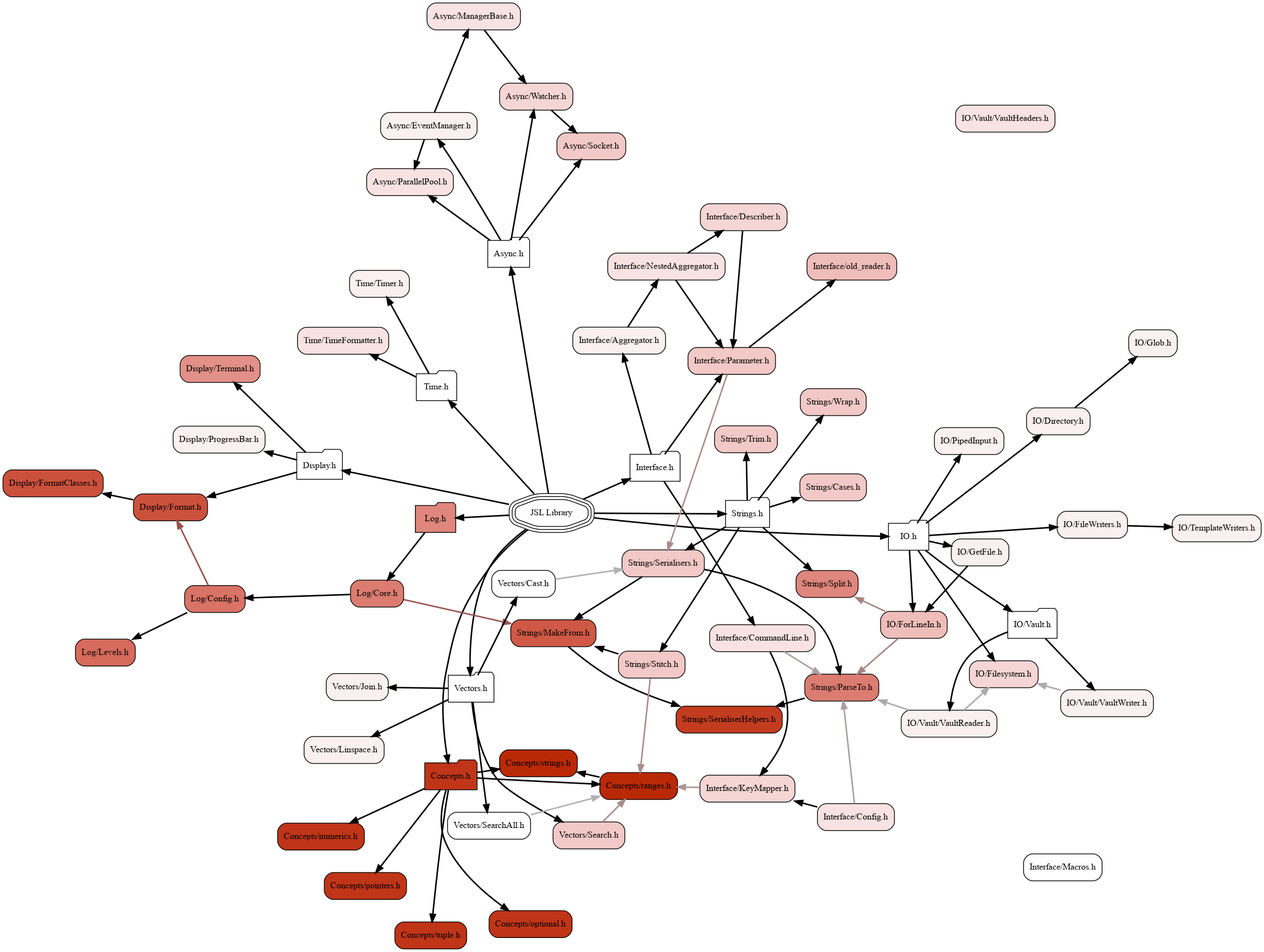
This is docs/visualiser/heatmap.png from DrFraserGovil/JSL, a Graphviz export, as it was before one commit. Its source is kept beside it as docs/visualiser/heatmap.dot.
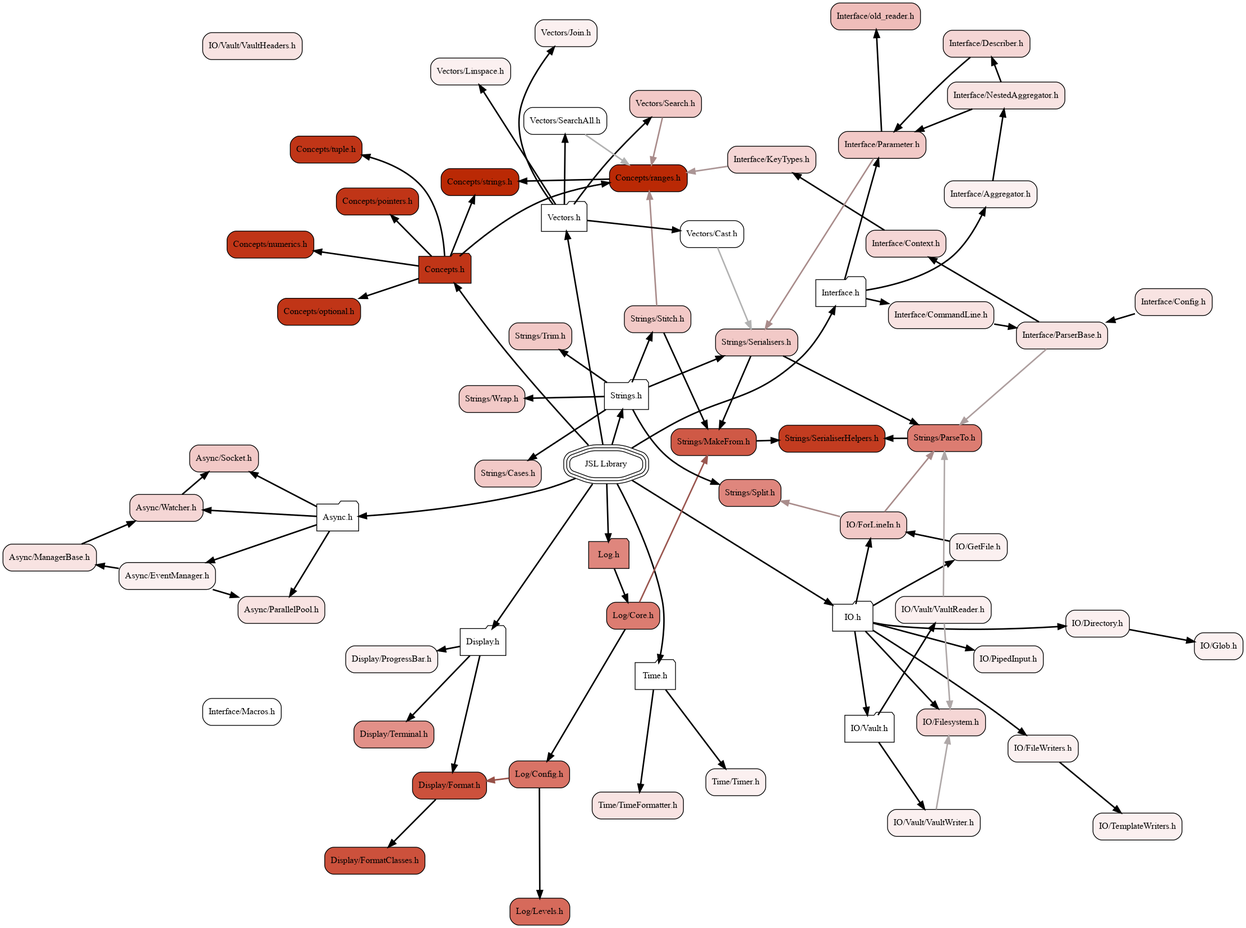
After the commit.

Diff of the diagram source:
```diff
@@ -31,7 +31,7 @@
 	node[fillcolor="#fbf0f0", style="rounded,filled", shape=box, color="black"] "IO/Directory.h"                 [label="IO/Directory.h"]
 	node[fillcolor="#fbf0f0", style="rounded,filled", shape=box, color="black"] "IO/FileWriters.h"               [label="IO/FileWriters.h"]
 	node[fillcolor="#f5d6d5", style="rounded,filled", shape=box, color="black"] "IO/Filesystem.h"                [label="IO/Filesystem.h"]
-	node[fillcolor="#efbdba", style="rounded,filled", shape=box, color="black"] "IO/ForLineIn.h"                 [label="IO/ForLineIn.h"]
+	node[fillcolor="#f2c9c7", style="rounded,filled", shape=box, color="black"] "IO/ForLineIn.h"                 [label="IO/ForLineIn.h"]
 	node[fillcolor="#fbf0f0", style="rounded,filled", shape=box, color="black"] "IO/GetFile.h"                   [label="IO/GetFile.h"]
 	node[fillcolor="#fbf0f0", style="rounded,filled", shape=box, color="black"] "IO/Glob.h"                      [label="IO/Glob.h"]
 	node[fillcolor="#fbf0f0", style="rounded,filled", shape=box, color="black"] "IO/PipedInput.h"                [label="IO/PipedInput.h"]
@@ -44,11 +44,13 @@
 	node[fillcolor="#fbf0f0", style="rounded,filled", shape=box, color="black"] "Interface/Aggregator.h"         [label="Interface/Aggregator.h"]
 	node[fillcolor="#f8e3e2", style="rounded,filled", shape=box, color="black"] "Interface/CommandLine.h"        [label="Interface/CommandLine.h"]
 	node[fillcolor="#f8e3e2", style="rounded,filled", shape=box, color="black"] "Interface/Config.h"             [label="Interface/Config.h"]
+	node[fillcolor="#f5d6d5", style="rounded,filled", shape=box, color="black"] "Interface/Context.h"            [label="Interface/Context.h"]
 	node[fillcolor="#f5d6d5", style="rounded,filled", shape=box, color="black"] "Interface/Describer.h"          [label="Interface/Describer.h"]
-	node[fillcolor="#f5d6d5", style="rounded,filled", shape=box, color="black"] "Interface/KeyMapper.h"          [label="Interface/KeyMapper.h"]
+	node[fillcolor="#f5d6d5", style="rounded,filled", shape=box, color="black"] "Interface/KeyTypes.h"           [label="Interface/KeyTypes.h"]
 	node[fillcolor="#ffffff", style="rounded,filled", shape=box, color="black"] "Interface/Macros.h"             [label="Interface/Macros.h"]
 	node[fillcolor="#f8e3e2", style="rounded,filled", shape=box, color="black"] "Interface/NestedAggregator.h"   [label="Interface/NestedAggregator.h"]
 	node[fillcolor="#f2c9c7", style="rounded,filled", shape=box, color="black"] "Interface/Parameter.h"          [label="Interface/Parameter.h"]
+	node[fillcolor="#f8e3e2", style="rounded,filled", shape=box, color="black"] "Interface/ParserBase.h"         [label="Interface/ParserBase.h"]
 	node[fillcolor="#efbdba", style="rounded,filled", shape=box, color="black"] "Interface/old_reader.h"         [label="Interface/old_reader.h"]
 	node[fillcolor="#df867d", style="rounded,filled", shape=folder, color="black"] "Log.h"                          [label="Log.h"]
 	node[fillcolor="#d97366", style="rounded,filled", shape=box, color="black"] "Log/Config.h"                   [label="Log/Config.h"]
@@ -73,15 +75,15 @@
 	node[fillcolor="#fbf0f0", style="rounded,filled", shape=box, color="black"] "Vectors/Linspace.h"             [label="Vectors/Linspace.h"]
 	node[fillcolor="#f2c9c7", style="rounded,filled", shape=box, color="black"] "Vectors/Search.h"               [label="Vectors/Search.h"]
 	node[fillcolor="#ffffff", style="rounded,filled", shape=box, color="black"] "Vectors/SearchAll.h"            [label="Vectors/SearchAll.h"]
-	"JSL.h"                          -> "Async.h"[weight=10000,penwidth=2]
+	"JSL.h"                          -> "Concepts.h"[weight=10000,penwidth=2]
 	"JSL.h"                          -> "IO.h"[weight=10000,penwidth=2]
 	"JSL.h"                          -> "Interface.h"[weight=10000,penwidth=2]
-	"JSL.h"                          -> "Time.h"[weight=10000,penwidth=2]
+	"JSL.h"                          -> "Async.h"[weight=10000,penwidth=2]
 	"JSL.h"                          -> "Display.h"[weight=10000,penwidth=2]
-	"JSL.h"                          -> "Log.h"[weight=10000,penwidth=2]
-	"JSL.h"                          -> "Concepts.h"[weight=10000,penwidth=2]
 	"JSL.h"                          -> "Strings.h"[weight=10000,penwidth=2]
 	"JSL.h"                          -> "Vectors.h"[weight=10000,penwidth=2]
+	"JSL.h"                          -> "Log.h"[weight=10000,penwidth=2]
+	"JSL.h"                          -> "Time.h"[weight=10000,penwidth=2]
 	"Async.h"                        -> "Async/Socket.h"[weight=10000,penwidth=2]
 	"Async.h"                        -> "Async/Watcher.h"[weight=10000,penwidth=2]
 	"Async.h"                        -> "Async/EventManager.h"[weight=10000,penwidth=2]
@@ -90,28 +92,28 @@
 	"Async/EventManager.h"           -> "Async/ParallelPool.h"[weight=10000,penwidth=2]
 	"Async/ManagerBase.h"            -> "Async/Watcher.h"[weight=10000,penwidth=2]
 	"Async/Watcher.h"                -> "Async/Socket.h"[weight=10000,penwidth=2]
+	"Concepts.h"                     -> "Concepts/numerics.h"[weight=10000,penwidth=2]
 	"Concepts.h"                     -> "Concepts/pointers.h"[weight=10000,penwidth=2]
+	"Concepts.h"                     -> "Concepts/strings.h"[weight=10000,penwidth=2]
+	"Concepts.h"                     -> "Concepts/optional.h"[weight=10000,penwidth=2]
 	"Concepts.h"                     -> "Concepts/ranges.h"[weight=10000,penwidth=2]
-	"Concepts.h"                     -> "Concepts/numerics.h"[weight=10000,penwidth=2]
-	"Concepts.h"                     -> "Concepts/optional.h"[weight=10000,penwidth=2]
 	"Concepts.h"                     -> "Concepts/tuple.h"[weight=10000,penwidth=2]
-	"Concepts.h"                     -> "Concepts/strings.h"[weight=10000,penwidth=2]
 	"Concepts/ranges.h"              -> "Concepts/strings.h"[weight=10000,penwidth=2]
-	"Display.h"                      -> "Display/ProgressBar.h"[weight=10000,penwidth=2]
 	"Display.h"                      -> "Display/Format.h"[weight=10000,penwidth=2]
 	"Display.h"                      -> "Display/Terminal.h"[weight=10000,penwidth=2]
+	"Display.h"                      -> "Display/ProgressBar.h"[weight=10000,penwidth=2]
 	"Display/Format.h"               -> "Display/FormatClasses.h"[weight=10000,penwidth=2]
+	"IO.h"                           -> "IO/Filesystem.h"[weight=10000,penwidth=2]
+	"IO.h"                           -> "IO/Vault.h"[weight=10000,penwidth=2]
 	"IO.h"                           -> "IO/GetFile.h"[weight=10000,penwidth=2]
+	"IO.h"                           -> "IO/FileWriters.h"[weight=10000,penwidth=2]
+	"IO.h"                           -> "IO/Directory.h"[weight=10000,penwidth=2]
 	"IO.h"                           -> "IO/ForLineIn.h"[weight=10000,penwidth=2]
 	"IO.h"                           -> "IO/PipedInput.h"[weight=10000,penwidth=2]
-	"IO.h"                           -> "IO/Filesystem.h"[weight=10000,penwidth=2]
-	"IO.h"                           -> "IO/Vault.h"[weight=10000,penwidth=2]
-	"IO.h"                           -> "IO/Directory.h"[weight=10000,penwidth=2]
-	"IO.h"                           -> "IO/FileWriters.h"[weight=10000,penwidth=2]
 	"IO/Directory.h"                 -> "IO/Glob.h"[weight=10000,penwidth=2]
 	"IO/FileWriters.h"               -> "IO/TemplateWriters.h"[weight=10000,penwidth=2]
-	"IO/ForLineIn.h"                 -> "Strings/Split.h"[constraint=false,weight=0,penwidth=2,color="#a78482"]
-	"IO/ForLineIn.h"                 -> "Strings/ParseTo.h"[constraint=true,weight=0,penwidth=2,color="#a78482"]
+	"IO/ForLineIn.h"                 -> "Strings/ParseTo.h"[constraint=true,weight=0,penwidth=2,color="#a98c8b"]
+	"IO/ForLineIn.h"                 -> "Strings/Split.h"[constraint=false,weight=0,penwidth=2,color="#a98c8b"]
 	"IO/GetFile.h"                   -> "IO/ForLineIn.h"[weight=10000,penwidth=2]
 	"IO/Vault.h"                     -> "IO/Vault/VaultWriter.h"[weight=10000,penwidth=2]
 	"IO/Vault.h"                     -> "IO/Vault/VaultReader.h"[weight=10000,penwidth=2]
@@ -122,19 +124,20 @@
 	"Interface.h"                    -> "Interface/CommandLine.h"[weight=10000,penwidth=2]
 	"Interface.h"                    -> "Interface/Parameter.h"[weight=10000,penwidth=2]
 	"Interface/Aggregator.h"         -> "Interface/NestedAggregator.h"[weight=10000,penwidth=2]
-	"Interface/CommandLine.h"        -> "Interface/KeyMapper.h"[weight=10000,penwidth=2]
-	"Interface/CommandLine.h"        -> "Strings/ParseTo.h"[constraint=false,weight=0,penwidth=2,color="#ad9e9e"]
-	"Interface/Config.h"             -> "Interface/KeyMapper.h"[weight=10000,penwidth=2]
-	"Interface/Config.h"             -> "Strings/ParseTo.h"[constraint=false,weight=0,penwidth=2,color="#ad9e9e"]
+	"Interface/CommandLine.h"        -> "Interface/ParserBase.h"[weight=10000,penwidth=2]
+	"Interface/Config.h"             -> "Interface/ParserBase.h"[weight=10000,penwidth=2]
+	"Interface/Context.h"            -> "Interface/KeyTypes.h"[weight=10000,penwidth=2]
 	"Interface/Describer.h"          -> "Interface/Parameter.h"[weight=10000,penwidth=2]
-	"Interface/KeyMapper.h"          -> "Concepts/ranges.h"[constraint=false,weight=0,penwidth=2,color="#ab9595"]
+	"Interface/KeyTypes.h"           -> "Concepts/ranges.h"[constraint=false,weight=0,penwidth=2,color="#ab9595"]
 	"Interface/NestedAggregator.h"   -> "Interface/Describer.h"[weight=10000,penwidth=2]
 	"Interface/NestedAggregator.h"   -> "Interface/Parameter.h"[weight=10000,penwidth=2]
 	"Interface/Parameter.h"          -> "Interface/old_reader.h"[weight=10000,penwidth=2]
 	"Interface/Parameter.h"          -> "Strings/Serialisers.h"[constraint=false,weight=0,penwidth=2,color="#a98c8b"]
+	"Interface/ParserBase.h"         -> "Interface/Context.h"[weight=10000,penwidth=2]
+	"Interface/ParserBase.h"         -> "Strings/ParseTo.h"[constraint=true,weight=0,penwidth=2,color="#ad9e9e"]
 	"Log.h"                          -> "Log/Core.h"[weight=10000,penwidth=2]
+	"Log/Config.h"                   -> "Log/Levels.h"[weight=10000,penwidth=2]
 	"Log/Config.h"                   -> "Display/Format.h"[constraint=true,weight=0,penwidth=2,color="#975047"]
-	"Log/Config.h"                   -> "Log/Levels.h"[weight=10000,penwidth=2]
 	"Log/Core.h"                     -> "Log/Config.h"[weight=10000,penwidth=2]
 	"Log/Core.h"                     -> "Strings/MakeFrom.h"[constraint=true,weight=0,penwidth=2,color="#9a564f"]
 	"Strings.h"                      -> "Strings/Serialisers.h"[weight=10000,penwidth=2]
```
